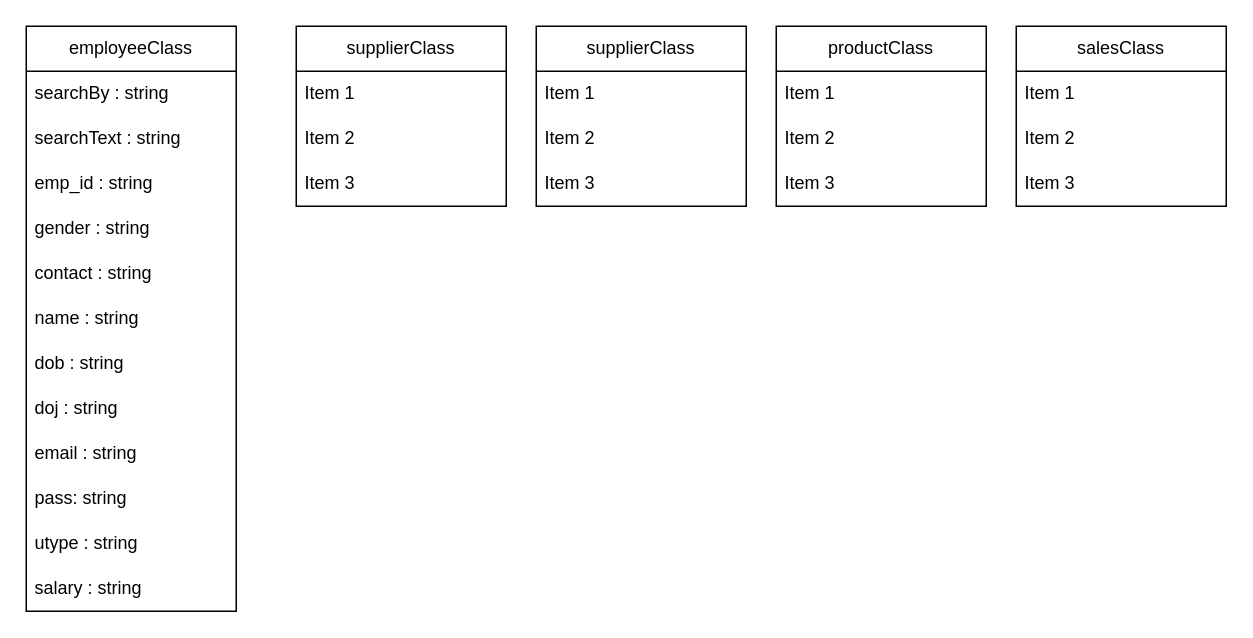
The draw.io diagram page "project dependency graph" (5 of 5) of classDiagram.drawio in OskarSan/MaintenanceProject, before the edit. Source tidied: cells renumbered, new cells numbered last; positions are measured from the earlier drawing's top-left corner, leaving out a move shared by most shapes. Both pictures are drawn from the tidied source at 150%, with x=0, y=0 at pixel (26, 26).
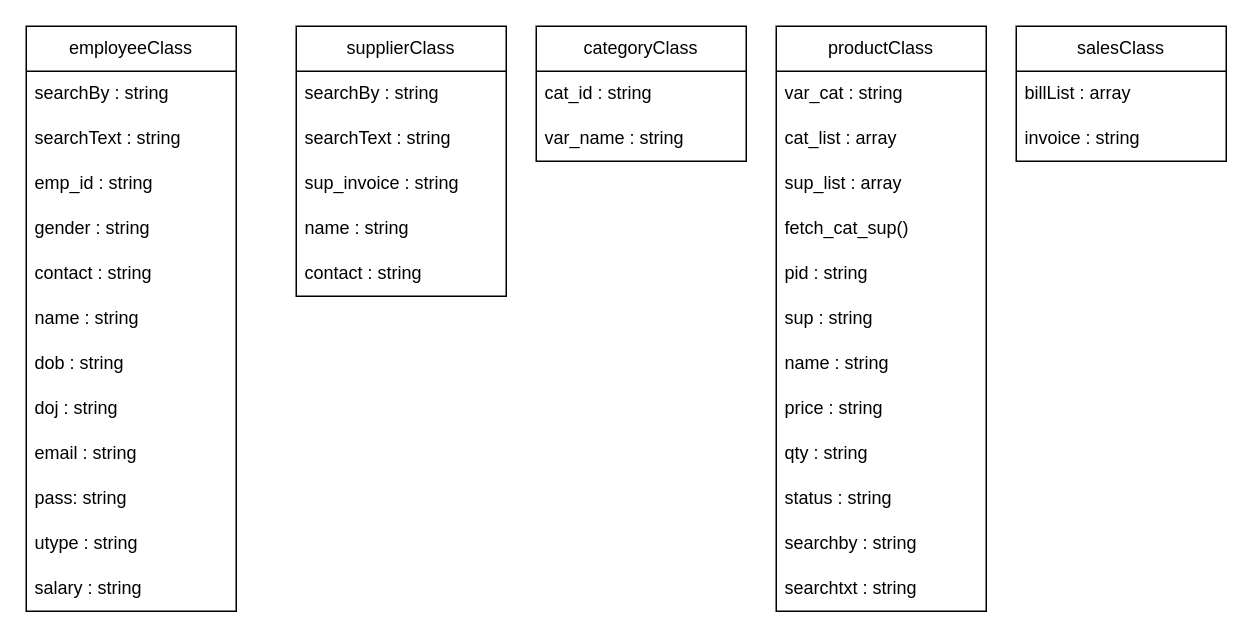
Above is the later version.

The change refers to these unchanged cells:
```xml
<mxCell id="2" value="&lt;div&gt;employeeClass&lt;/div&gt;" style="swimlane;fontStyle=0;horizontal=1;startSize=30;whiteSpace=wrap;html=1;" parent="1" vertex="1">
  <mxGeometry width="140" height="390" as="geometry" />
</mxCell>
```

Diff of the diagram source:
```diff
@@
-    <mxCell id="4" value="&lt;div&gt;searchText : string&lt;/div&gt;" style="text;strokeColor=none;fillColor=none;align=left;verticalAlign=middle;spacingLeft=4;spacingRight=4;overflow=hidden;whiteSpace=wrap;html=1;" parent="2" vertex="1">
-      <mxGeometry y="60" width="140" height="30" as="geometry" />
-    </mxCell>
+    <mxCell id="31" value="&lt;div&gt;searchText : string&lt;/div&gt;" style="text;strokeColor=none;fillColor=none;align=left;verticalAlign=middle;spacingLeft=4;spacingRight=4;overflow=hidden;whiteSpace=wrap;html=1;" parent="2" vertex="1">
+      <mxGeometry y="60" width="140" height="30" as="geometry" />
+    </mxCell>
@@
     <mxCell id="15" value="&lt;div&gt;supplierClass&lt;/div&gt;" style="swimlane;fontStyle=0;horizontal=1;startSize=30;whiteSpace=wrap;html=1;" parent="1" vertex="1">
-      <mxGeometry x="180" width="140" height="120" as="geometry" />
+      <mxGeometry x="180" width="140" height="180" as="geometry" />
     </mxCell>
-    <mxCell id="16" value="Item 1" style="text;strokeColor=none;fillColor=none;align=left;verticalAlign=middle;spacingLeft=4;spacingRight=4;overflow=hidden;whiteSpace=wrap;html=1;" parent="15" vertex="1">
-      <mxGeometry y="30" width="140" height="30" as="geometry" />
-    </mxCell>
-    <mxCell id="17" value="Item 2" style="text;strokeColor=none;fillColor=none;align=left;verticalAlign=middle;spacingLeft=4;spacingRight=4;overflow=hidden;whiteSpace=wrap;html=1;" parent="15" vertex="1">
-      <mxGeometry y="60" width="140" height="30" as="geometry" />
-    </mxCell>
+    <mxCell id="32" value="searchBy : string" style="text;strokeColor=none;fillColor=none;align=left;verticalAlign=middle;spacingLeft=4;spacingRight=4;overflow=hidden;whiteSpace=wrap;html=1;" parent="15" vertex="1">
+      <mxGeometry y="30" width="140" height="30" as="geometry" />
+    </mxCell>
+    <mxCell id="4" value="&lt;div&gt;searchText : string&lt;/div&gt;" style="text;strokeColor=none;fillColor=none;align=left;verticalAlign=middle;spacingLeft=4;spacingRight=4;overflow=hidden;whiteSpace=wrap;html=1;" parent="15" vertex="1">
+      <mxGeometry y="60" width="140" height="30" as="geometry" />
+    </mxCell>
-    <mxCell id="18" value="Item 3" style="text;strokeColor=none;fillColor=none;align=left;verticalAlign=middle;spacingLeft=4;spacingRight=4;overflow=hidden;whiteSpace=wrap;html=1;" parent="15" vertex="1">
+    <mxCell id="18" value="&lt;div&gt;sup_invoice : string&lt;/div&gt;" style="text;strokeColor=none;fillColor=none;align=left;verticalAlign=middle;spacingLeft=4;spacingRight=4;overflow=hidden;whiteSpace=wrap;html=1;" parent="15" vertex="1">
       <mxGeometry y="90" width="140" height="30" as="geometry" />
     </mxCell>
+    <mxCell id="33" value="&lt;div&gt;name : string&lt;/div&gt;" style="text;strokeColor=none;fillColor=none;align=left;verticalAlign=middle;spacingLeft=4;spacingRight=4;overflow=hidden;whiteSpace=wrap;html=1;" parent="15" vertex="1">
+      <mxGeometry y="120" width="140" height="30" as="geometry" />
+    </mxCell>
+    <mxCell id="34" value="&lt;div&gt;contact : string&lt;/div&gt;" style="text;strokeColor=none;fillColor=none;align=left;verticalAlign=middle;spacingLeft=4;spacingRight=4;overflow=hidden;whiteSpace=wrap;html=1;" parent="15" vertex="1">
+      <mxGeometry y="150" width="140" height="30" as="geometry" />
+    </mxCell>
-    <mxCell id="19" value="&lt;div&gt;supplierClass&lt;/div&gt;" style="swimlane;fontStyle=0;horizontal=1;startSize=30;whiteSpace=wrap;html=1;" parent="1" vertex="1">
-      <mxGeometry x="340" width="140" height="120" as="geometry" />
+    <mxCell id="19" value="&lt;div&gt;categoryClass&lt;/div&gt;" style="swimlane;fontStyle=0;horizontal=1;startSize=30;whiteSpace=wrap;html=1;" parent="1" vertex="1">
+      <mxGeometry x="340" width="140" height="90" as="geometry" />
     </mxCell>
-    <mxCell id="20" value="Item 1" style="text;strokeColor=none;fillColor=none;align=left;verticalAlign=middle;spacingLeft=4;spacingRight=4;overflow=hidden;whiteSpace=wrap;html=1;" parent="19" vertex="1">
+    <mxCell id="20" value="cat_id : string" style="text;strokeColor=none;fillColor=none;align=left;verticalAlign=middle;spacingLeft=4;spacingRight=4;overflow=hidden;whiteSpace=wrap;html=1;" parent="19" vertex="1">
       <mxGeometry y="30" width="140" height="30" as="geometry" />
     </mxCell>
-    <mxCell id="21" value="Item 2" style="text;strokeColor=none;fillColor=none;align=left;verticalAlign=middle;spacingLeft=4;spacingRight=4;overflow=hidden;whiteSpace=wrap;html=1;" parent="19" vertex="1">
+    <mxCell id="21" value="var_name : string" style="text;strokeColor=none;fillColor=none;align=left;verticalAlign=middle;spacingLeft=4;spacingRight=4;overflow=hidden;whiteSpace=wrap;html=1;" parent="19" vertex="1">
       <mxGeometry y="60" width="140" height="30" as="geometry" />
     </mxCell>
-    <mxCell id="22" value="Item 3" style="text;strokeColor=none;fillColor=none;align=left;verticalAlign=middle;spacingLeft=4;spacingRight=4;overflow=hidden;whiteSpace=wrap;html=1;" parent="19" vertex="1">
-      <mxGeometry y="90" width="140" height="30" as="geometry" />
-    </mxCell>
     <mxCell id="23" value="productClass" style="swimlane;fontStyle=0;horizontal=1;startSize=30;whiteSpace=wrap;html=1;" parent="1" vertex="1">
-      <mxGeometry x="500" width="140" height="120" as="geometry" />
+      <mxGeometry x="500" width="140" height="390" as="geometry" />
     </mxCell>
-    <mxCell id="24" value="Item 1" style="text;strokeColor=none;fillColor=none;align=left;verticalAlign=middle;spacingLeft=4;spacingRight=4;overflow=hidden;whiteSpace=wrap;html=1;" parent="23" vertex="1">
+    <mxCell id="24" value="&lt;div&gt;var_cat : string&lt;/div&gt;" style="text;strokeColor=none;fillColor=none;align=left;verticalAlign=middle;spacingLeft=4;spacingRight=4;overflow=hidden;whiteSpace=wrap;html=1;" parent="23" vertex="1">
       <mxGeometry y="30" width="140" height="30" as="geometry" />
     </mxCell>
-    <mxCell id="25" value="Item 2" style="text;strokeColor=none;fillColor=none;align=left;verticalAlign=middle;spacingLeft=4;spacingRight=4;overflow=hidden;whiteSpace=wrap;html=1;" parent="23" vertex="1">
+    <mxCell id="25" value="&lt;div&gt;cat_list : array&lt;/div&gt;" style="text;strokeColor=none;fillColor=none;align=left;verticalAlign=middle;spacingLeft=4;spacingRight=4;overflow=hidden;whiteSpace=wrap;html=1;" parent="23" vertex="1">
       <mxGeometry y="60" width="140" height="30" as="geometry" />
     </mxCell>
-    <mxCell id="26" value="Item 3" style="text;strokeColor=none;fillColor=none;align=left;verticalAlign=middle;spacingLeft=4;spacingRight=4;overflow=hidden;whiteSpace=wrap;html=1;" parent="23" vertex="1">
+    <mxCell id="26" value="sup_list : array" style="text;strokeColor=none;fillColor=none;align=left;verticalAlign=middle;spacingLeft=4;spacingRight=4;overflow=hidden;whiteSpace=wrap;html=1;" parent="23" vertex="1">
       <mxGeometry y="90" width="140" height="30" as="geometry" />
     </mxCell>
+    <mxCell id="35" value="fetch_cat_sup()" style="text;strokeColor=none;fillColor=none;align=left;verticalAlign=middle;spacingLeft=4;spacingRight=4;overflow=hidden;whiteSpace=wrap;html=1;" parent="23" vertex="1">
+      <mxGeometry y="120" width="140" height="30" as="geometry" />
+    </mxCell>
+    <mxCell id="36" value="pid : string" style="text;strokeColor=none;fillColor=none;align=left;verticalAlign=middle;spacingLeft=4;spacingRight=4;overflow=hidden;whiteSpace=wrap;html=1;" parent="23" vertex="1">
+      <mxGeometry y="150" width="140" height="30" as="geometry" />
+    </mxCell>
+    <mxCell id="37" value="&lt;div&gt;sup : string&lt;/div&gt;" style="text;strokeColor=none;fillColor=none;align=left;verticalAlign=middle;spacingLeft=4;spacingRight=4;overflow=hidden;whiteSpace=wrap;html=1;" parent="23" vertex="1">
+      <mxGeometry y="180" width="140" height="30" as="geometry" />
+    </mxCell>
+    <mxCell id="38" value="name : string" style="text;strokeColor=none;fillColor=none;align=left;verticalAlign=middle;spacingLeft=4;spacingRight=4;overflow=hidden;whiteSpace=wrap;html=1;" parent="23" vertex="1">
+      <mxGeometry y="210" width="140" height="30" as="geometry" />
+    </mxCell>
+    <mxCell id="39" value="price : string" style="text;strokeColor=none;fillColor=none;align=left;verticalAlign=middle;spacingLeft=4;spacingRight=4;overflow=hidden;whiteSpace=wrap;html=1;" parent="23" vertex="1">
+      <mxGeometry y="240" width="140" height="30" as="geometry" />
+    </mxCell>
+    <mxCell id="40" value="qty : string" style="text;strokeColor=none;fillColor=none;align=left;verticalAlign=middle;spacingLeft=4;spacingRight=4;overflow=hidden;whiteSpace=wrap;html=1;" parent="23" vertex="1">
+      <mxGeometry y="270" width="140" height="30" as="geometry" />
+    </mxCell>
+    <mxCell id="41" value="status : string" style="text;strokeColor=none;fillColor=none;align=left;verticalAlign=middle;spacingLeft=4;spacingRight=4;overflow=hidden;whiteSpace=wrap;html=1;" parent="23" vertex="1">
+      <mxGeometry y="300" width="140" height="30" as="geometry" />
+    </mxCell>
+    <mxCell id="42" value="searchby : string" style="text;strokeColor=none;fillColor=none;align=left;verticalAlign=middle;spacingLeft=4;spacingRight=4;overflow=hidden;whiteSpace=wrap;html=1;" parent="23" vertex="1">
+      <mxGeometry y="330" width="140" height="30" as="geometry" />
+    </mxCell>
+    <mxCell id="43" value="searchtxt : string" style="text;strokeColor=none;fillColor=none;align=left;verticalAlign=middle;spacingLeft=4;spacingRight=4;overflow=hidden;whiteSpace=wrap;html=1;" parent="23" vertex="1">
+      <mxGeometry y="360" width="140" height="30" as="geometry" />
+    </mxCell>
     <mxCell id="27" value="salesClass" style="swimlane;fontStyle=0;horizontal=1;startSize=30;whiteSpace=wrap;html=1;" parent="1" vertex="1">
-      <mxGeometry x="660" width="140" height="120" as="geometry" />
+      <mxGeometry x="660" width="140" height="90" as="geometry" />
     </mxCell>
-    <mxCell id="28" value="Item 1" style="text;strokeColor=none;fillColor=none;align=left;verticalAlign=middle;spacingLeft=4;spacingRight=4;overflow=hidden;whiteSpace=wrap;html=1;" parent="27" vertex="1">
+    <mxCell id="28" value="billList : array" style="text;strokeColor=none;fillColor=none;align=left;verticalAlign=middle;spacingLeft=4;spacingRight=4;overflow=hidden;whiteSpace=wrap;html=1;" parent="27" vertex="1">
       <mxGeometry y="30" width="140" height="30" as="geometry" />
     </mxCell>
-    <mxCell id="29" value="Item 2" style="text;strokeColor=none;fillColor=none;align=left;verticalAlign=middle;spacingLeft=4;spacingRight=4;overflow=hidden;whiteSpace=wrap;html=1;" parent="27" vertex="1">
+    <mxCell id="29" value="invoice : string" style="text;strokeColor=none;fillColor=none;align=left;verticalAlign=middle;spacingLeft=4;spacingRight=4;overflow=hidden;whiteSpace=wrap;html=1;" parent="27" vertex="1">
       <mxGeometry y="60" width="140" height="30" as="geometry" />
     </mxCell>
-    <mxCell id="30" value="Item 3" style="text;strokeColor=none;fillColor=none;align=left;verticalAlign=middle;spacingLeft=4;spacingRight=4;overflow=hidden;whiteSpace=wrap;html=1;" parent="27" vertex="1">
-      <mxGeometry y="90" width="140" height="30" as="geometry" />
-    </mxCell>
```
